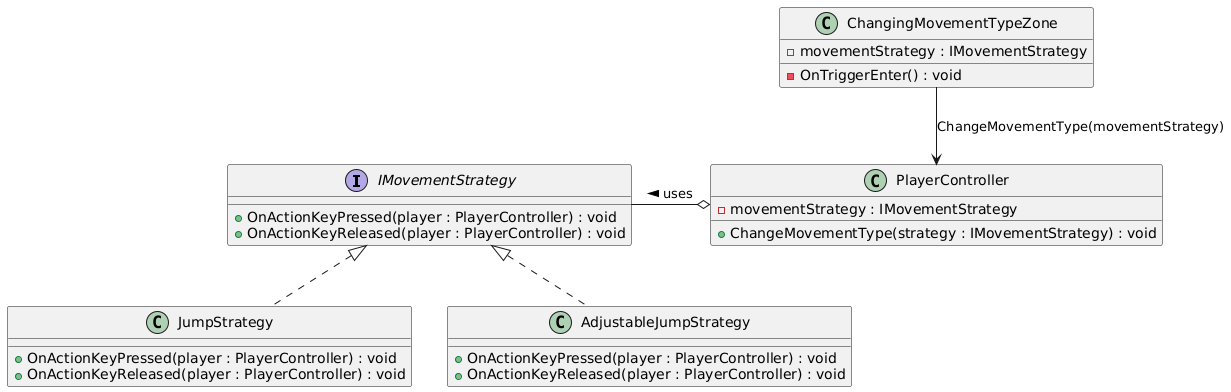
The PlantUML diagram Doc/UML/MovementTypesDiagram.png in YvanDesPatates/pattern_run, before a commit.
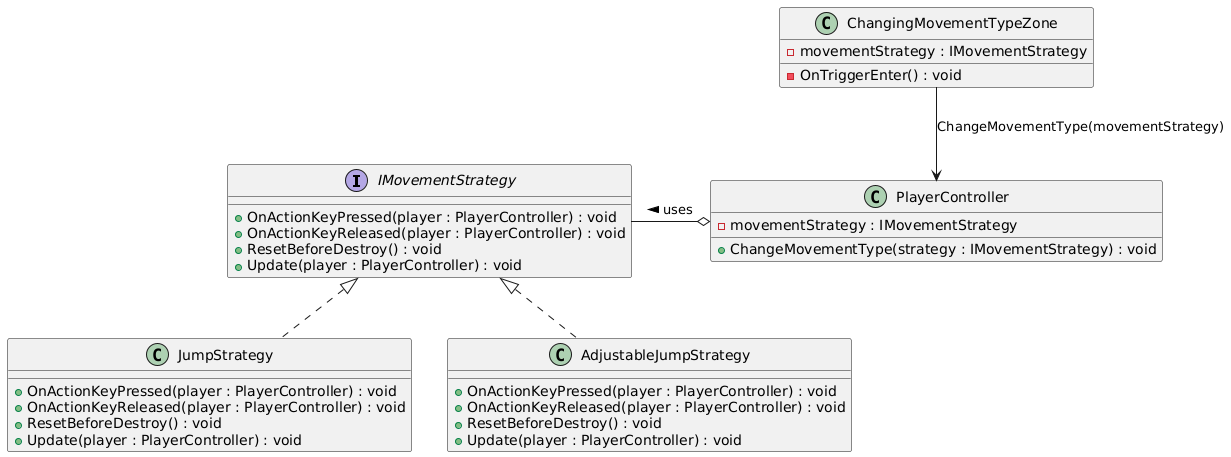
After the commit.

Commit message:
refactoring: create movement strategies system with basic jump

The edit, as a diff of the source:
```diff
@@ -2,16 +2,22 @@
 interface IMovementStrategy {
     +OnActionKeyPressed(player : PlayerController) : void
     +OnActionKeyReleased(player : PlayerController) : void
+    +ResetBeforeDestroy() : void
+    +Update(player : PlayerController) : void
 }
 
 class JumpStrategy {
     +OnActionKeyPressed(player : PlayerController) : void
     +OnActionKeyReleased(player : PlayerController) : void
+    +ResetBeforeDestroy() : void
+    +Update(player : PlayerController) : void
 }
 
 class AdjustableJumpStrategy {
     +OnActionKeyPressed(player : PlayerController) : void
     +OnActionKeyReleased(player : PlayerController) : void
+    +ResetBeforeDestroy() : void
+    +Update(player : PlayerController) : void
 }
 
 class PlayerController {
```
